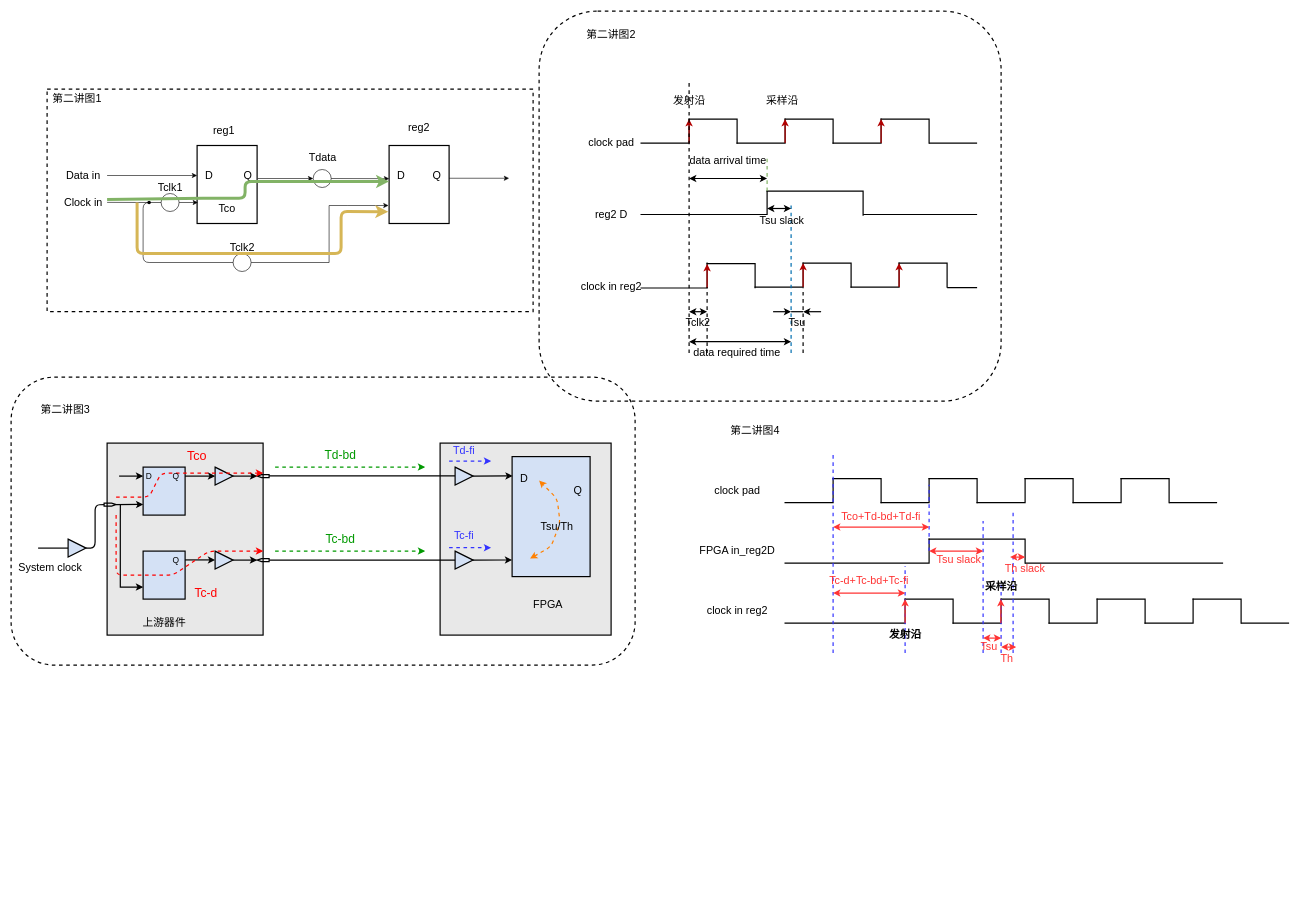
Earlier version of the draw.io diagram FPGA timing constraints .drawio (Katharine-0331/files). Source tidied: cells renumbered, new cells numbered last; positions are measured from the earlier drawing's top-left corner, leaving out a move shared by most shapes. Both pictures are drawn from the tidied source at 60%, with x=0, y=0 at pixel (11, 11).
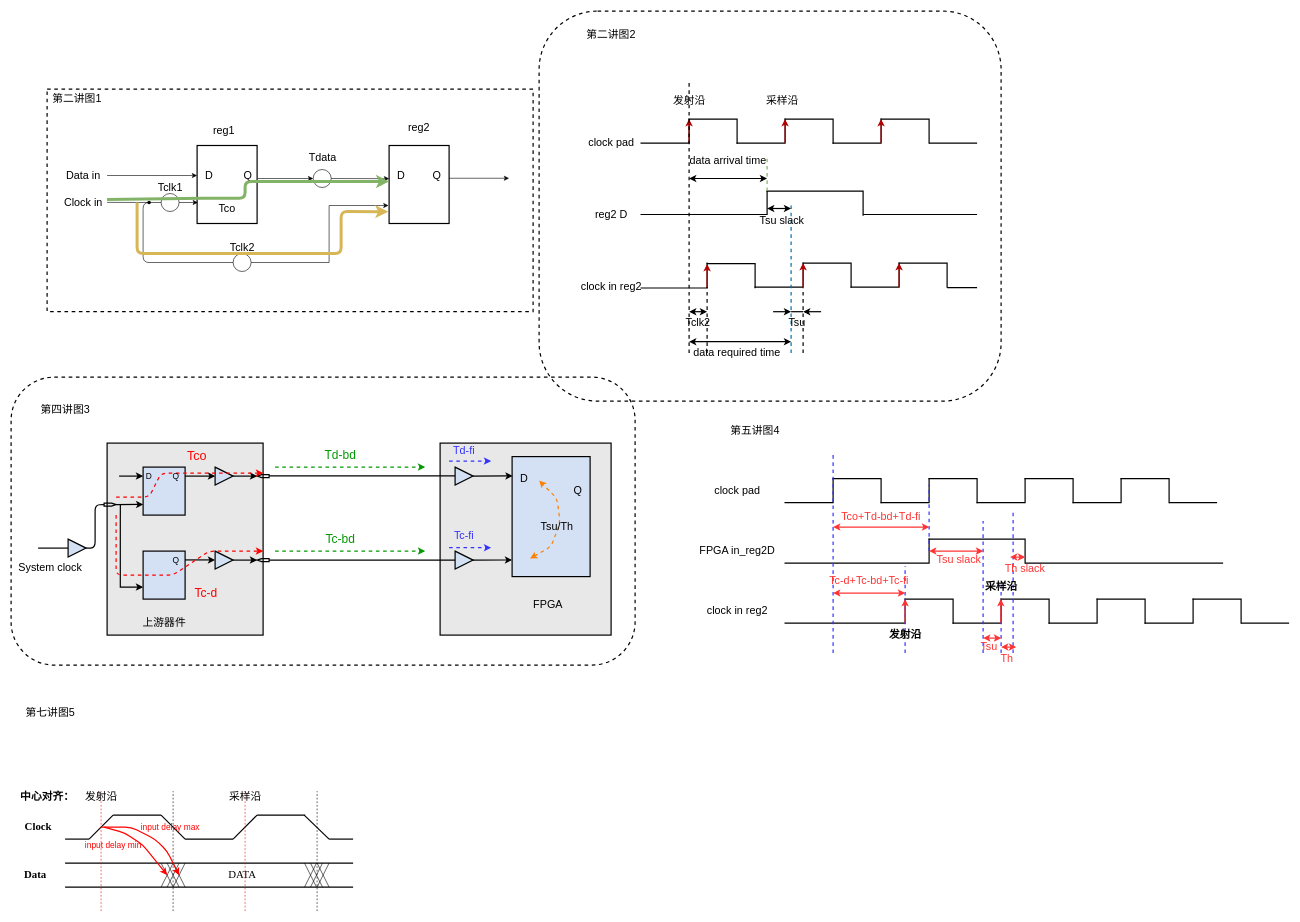
After the change.

Change to the diagram source:
```diff
@@
-    <mxCell id="82" value="第二讲图3" style="text;html=1;align=center;verticalAlign=middle;strokeColor=none;fontSize=18;" parent="1" vertex="1">
+    <mxCell id="82" value="第四讲图3" style="text;html=1;align=center;verticalAlign=middle;strokeColor=none;fontSize=18;" parent="1" vertex="1">
       <mxGeometry x="40" y="650" width="100" height="30" as="geometry" />
     </mxCell>
@@
-    <mxCell id="129" value="第二讲图4" style="text;html=1;strokeColor=none;fillColor=none;align=center;verticalAlign=middle;whiteSpace=wrap;rounded=0;dashed=1;fontSize=18;" parent="1" vertex="1">
+    <mxCell id="129" value="第五讲图4" style="text;html=1;strokeColor=none;fillColor=none;align=center;verticalAlign=middle;whiteSpace=wrap;rounded=0;dashed=1;fontSize=18;" parent="1" vertex="1">
       <mxGeometry x="1190" y="690" width="100" height="20" as="geometry" />
     </mxCell>
@@
+    <mxCell id="176" style="endArrow=none;html=1;fontSize=18;strokeWidth=2;" parent="1" edge="1">
+      <mxGeometry relative="1" as="geometry">
+        <mxPoint x="130" y="1380" as="sourcePoint" />
+        <mxPoint x="170" y="1340" as="targetPoint" />
+      </mxGeometry>
+    </mxCell>
+    <mxCell id="177" style="endArrow=none;html=1;fontSize=18;strokeColor=#000000;strokeWidth=2;" parent="1" edge="1">
+      <mxGeometry relative="1" as="geometry">
+        <mxPoint x="170" y="1340" as="sourcePoint" />
+        <mxPoint x="250" y="1340" as="targetPoint" />
+      </mxGeometry>
+    </mxCell>
+    <mxCell id="178" style="endArrow=none;html=1;fontSize=18;strokeColor=#000000;strokeWidth=2;" parent="1" edge="1">
+      <mxGeometry relative="1" as="geometry">
+        <mxPoint x="290" y="1380" as="sourcePoint" />
+        <mxPoint x="250" y="1340" as="targetPoint" />
+      </mxGeometry>
+    </mxCell>
+    <mxCell id="179" style="endArrow=none;html=1;fontSize=18;strokeColor=#000000;strokeWidth=2;" parent="1" edge="1">
+      <mxGeometry relative="1" as="geometry">
+        <mxPoint x="90" y="1380" as="sourcePoint" />
+        <mxPoint x="130" y="1380" as="targetPoint" />
+      </mxGeometry>
+    </mxCell>
+    <mxCell id="180" style="endArrow=none;html=1;fontSize=18;strokeColor=#000000;strokeWidth=2;" parent="1" edge="1">
+      <mxGeometry relative="1" as="geometry">
+        <mxPoint x="290" y="1380" as="sourcePoint" />
+        <mxPoint x="370" y="1380" as="targetPoint" />
+      </mxGeometry>
+    </mxCell>
+    <mxCell id="181" style="endArrow=none;html=1;fontSize=18;strokeColor=#000000;strokeWidth=2;" parent="1" edge="1">
+      <mxGeometry relative="1" as="geometry">
+        <mxPoint x="370" y="1380" as="sourcePoint" />
+        <mxPoint x="410" y="1340" as="targetPoint" />
+      </mxGeometry>
+    </mxCell>
+    <mxCell id="182" style="endArrow=none;html=1;fontSize=18;strokeColor=#000000;strokeWidth=2;" parent="1" edge="1">
+      <mxGeometry relative="1" as="geometry">
+        <mxPoint x="410" y="1340" as="sourcePoint" />
+        <mxPoint x="490" y="1340" as="targetPoint" />
+      </mxGeometry>
+    </mxCell>
+    <mxCell id="183" style="endArrow=none;html=1;fontSize=18;strokeColor=#000000;strokeWidth=2;" parent="1" edge="1">
+      <mxGeometry relative="1" as="geometry">
+        <mxPoint x="488.5" y="1340" as="sourcePoint" />
+        <mxPoint x="530" y="1380" as="targetPoint" />
+      </mxGeometry>
+    </mxCell>
+    <mxCell id="184" style="endArrow=none;html=1;fontSize=18;strokeColor=#000000;strokeWidth=2;" parent="1" edge="1">
+      <mxGeometry relative="1" as="geometry">
+        <mxPoint x="530" y="1380" as="sourcePoint" />
+        <mxPoint x="570" y="1380" as="targetPoint" />
+      </mxGeometry>
+    </mxCell>
+    <mxCell id="185" style="endArrow=none;html=1;fontSize=18;strokeColor=#000000;strokeWidth=2;" parent="1" edge="1">
+      <mxGeometry relative="1" as="geometry">
+        <mxPoint x="90" y="1420" as="sourcePoint" />
+        <mxPoint x="570" y="1420" as="targetPoint" />
+      </mxGeometry>
+    </mxCell>
+    <mxCell id="186" style="endArrow=none;html=1;fontSize=18;strokeColor=#000000;strokeWidth=2;" parent="1" edge="1">
+      <mxGeometry relative="1" as="geometry">
+        <mxPoint x="90" y="1460" as="sourcePoint" />
+        <mxPoint x="570" y="1460" as="targetPoint" />
+      </mxGeometry>
+    </mxCell>
+    <mxCell id="187" style="endArrow=none;html=1;fontSize=18;strokeColor=#000000;strokeWidth=1;" parent="1" edge="1">
+      <mxGeometry relative="1" as="geometry">
+        <mxPoint x="260" y="1460" as="sourcePoint" />
+        <mxPoint x="280" y="1420" as="targetPoint" />
+      </mxGeometry>
+    </mxCell>
+    <mxCell id="188" style="endArrow=none;html=1;fontSize=18;strokeColor=#000000;strokeWidth=1;" parent="1" edge="1">
+      <mxGeometry relative="1" as="geometry">
+        <mxPoint x="280" y="1460" as="sourcePoint" />
+        <mxPoint x="260" y="1420" as="targetPoint" />
+      </mxGeometry>
+    </mxCell>
+    <mxCell id="189" style="endArrow=none;html=1;fontSize=18;strokeColor=#000000;strokeWidth=1;" parent="1" edge="1">
+      <mxGeometry relative="1" as="geometry">
+        <mxPoint x="250" y="1460" as="sourcePoint" />
+        <mxPoint x="270" y="1420" as="targetPoint" />
+      </mxGeometry>
+    </mxCell>
+    <mxCell id="190" style="endArrow=none;html=1;fontSize=18;strokeColor=#000000;strokeWidth=1;" parent="1" edge="1">
+      <mxGeometry relative="1" as="geometry">
+        <mxPoint x="270" y="1460" as="sourcePoint" />
+        <mxPoint x="250" y="1420" as="targetPoint" />
+      </mxGeometry>
+    </mxCell>
+    <mxCell id="191" style="endArrow=none;html=1;fontSize=18;strokeColor=#000000;strokeWidth=1;" parent="1" edge="1">
+      <mxGeometry relative="1" as="geometry">
+        <mxPoint x="270" y="1460" as="sourcePoint" />
+        <mxPoint x="290" y="1420" as="targetPoint" />
+      </mxGeometry>
+    </mxCell>
+    <mxCell id="192" style="endArrow=none;html=1;fontSize=18;strokeColor=#000000;strokeWidth=1;" parent="1" edge="1">
+      <mxGeometry relative="1" as="geometry">
+        <mxPoint x="290" y="1460" as="sourcePoint" />
+        <mxPoint x="270" y="1420" as="targetPoint" />
+      </mxGeometry>
+    </mxCell>
+    <mxCell id="193" style="endArrow=none;html=1;fontSize=18;strokeColor=#000000;strokeWidth=1;" parent="1" edge="1">
+      <mxGeometry relative="1" as="geometry">
+        <mxPoint x="499" y="1460" as="sourcePoint" />
+        <mxPoint x="519" y="1420" as="targetPoint" />
+      </mxGeometry>
+    </mxCell>
+    <mxCell id="194" style="endArrow=none;html=1;fontSize=18;strokeColor=#000000;strokeWidth=1;" parent="1" edge="1">
+      <mxGeometry relative="1" as="geometry">
+        <mxPoint x="519" y="1460" as="sourcePoint" />
+        <mxPoint x="499" y="1420" as="targetPoint" />
+      </mxGeometry>
+    </mxCell>
+    <mxCell id="195" style="endArrow=none;html=1;fontSize=18;strokeColor=#000000;strokeWidth=1;" parent="1" edge="1">
+      <mxGeometry relative="1" as="geometry">
+        <mxPoint x="489" y="1460" as="sourcePoint" />
+        <mxPoint x="509" y="1420" as="targetPoint" />
+      </mxGeometry>
+    </mxCell>
+    <mxCell id="196" style="endArrow=none;html=1;fontSize=18;strokeColor=#000000;strokeWidth=1;" parent="1" edge="1">
+      <mxGeometry relative="1" as="geometry">
+        <mxPoint x="509" y="1460" as="sourcePoint" />
+        <mxPoint x="489" y="1420" as="targetPoint" />
+      </mxGeometry>
+    </mxCell>
+    <mxCell id="197" style="endArrow=none;html=1;fontSize=18;strokeColor=#000000;strokeWidth=1;" parent="1" edge="1">
+      <mxGeometry relative="1" as="geometry">
+        <mxPoint x="510" y="1460" as="sourcePoint" />
+        <mxPoint x="530" y="1420" as="targetPoint" />
+      </mxGeometry>
+    </mxCell>
+    <mxCell id="198" style="endArrow=none;html=1;fontSize=18;strokeColor=#000000;strokeWidth=1;" parent="1" edge="1">
+      <mxGeometry relative="1" as="geometry">
+        <mxPoint x="530" y="1460" as="sourcePoint" />
+        <mxPoint x="510" y="1420" as="targetPoint" />
+      </mxGeometry>
+    </mxCell>
+    <mxCell id="199" value="&lt;font face=&quot;Times New Roman&quot;&gt;DATA&lt;/font&gt;" style="text;html=1;align=center;verticalAlign=middle;strokeColor=none;fontSize=18;" parent="1" vertex="1">
+      <mxGeometry x="355" y="1425" width="60" height="30" as="geometry" />
+    </mxCell>
+    <mxCell id="200" style="endArrow=none;dashed=1;html=1;fontSize=18;strokeColor=#000000;strokeWidth=1;" parent="1" edge="1">
+      <mxGeometry relative="1" as="geometry">
+        <mxPoint x="270" y="1500" as="sourcePoint" />
+        <mxPoint x="270" y="1300" as="targetPoint" />
+      </mxGeometry>
+    </mxCell>
+    <mxCell id="201" style="endArrow=none;dashed=1;html=1;fontSize=18;strokeWidth=1;strokeColor=#FF0000;" parent="1" edge="1">
+      <mxGeometry relative="1" as="geometry">
+        <mxPoint x="390" y="1500" as="sourcePoint" />
+        <mxPoint x="390" y="1300" as="targetPoint" />
+      </mxGeometry>
+    </mxCell>
+    <mxCell id="202" style="endArrow=none;dashed=1;html=1;fontSize=18;strokeColor=#000000;strokeWidth=1;" parent="1" edge="1">
+      <mxGeometry relative="1" as="geometry">
+        <mxPoint x="510" y="1500" as="sourcePoint" />
+        <mxPoint x="510" y="1300" as="targetPoint" />
+      </mxGeometry>
+    </mxCell>
+    <mxCell id="203" style="endArrow=none;dashed=1;html=1;fontSize=18;strokeWidth=1;strokeColor=#FF0000;" parent="1" edge="1">
+      <mxGeometry relative="1" as="geometry">
+        <mxPoint x="150" y="1500" as="sourcePoint" />
+        <mxPoint x="150" y="1300" as="targetPoint" />
+      </mxGeometry>
+    </mxCell>
+    <mxCell id="204" value="发射沿" style="text;html=1;align=center;verticalAlign=middle;strokeColor=none;fontSize=18;" parent="1" vertex="1">
+      <mxGeometry x="115" y="1295" width="70" height="30" as="geometry" />
+    </mxCell>
+    <mxCell id="205" value="采样沿" style="text;html=1;align=center;verticalAlign=middle;strokeColor=none;fontSize=18;" parent="1" vertex="1">
+      <mxGeometry x="355" y="1295" width="70" height="30" as="geometry" />
+    </mxCell>
+    <mxCell id="206" value="第七讲图5" style="text;html=1;align=center;verticalAlign=middle;strokeColor=none;fontSize=18;" parent="1" vertex="1">
+      <mxGeometry x="15" y="1155" width="100" height="30" as="geometry" />
+    </mxCell>
+    <mxCell id="207" value="&lt;b&gt;中心对齐：&lt;/b&gt;" style="text;html=1;align=center;verticalAlign=middle;strokeColor=none;fontSize=18;" parent="1" vertex="1">
+      <mxGeometry x="5" y="1295" width="110" height="30" as="geometry" />
+    </mxCell>
+    <mxCell id="208" value="&lt;font face=&quot;Times New Roman&quot;&gt;&lt;b&gt;Clock&lt;/b&gt;&lt;/font&gt;" style="text;html=1;align=center;verticalAlign=middle;strokeColor=none;fontSize=18;" parent="1" vertex="1">
+      <mxGeometry x="15" y="1345" width="60" height="30" as="geometry" />
+    </mxCell>
+    <mxCell id="209" value="&lt;font face=&quot;Times New Roman&quot;&gt;&lt;b&gt;Data&lt;/b&gt;&lt;/font&gt;" style="text;html=1;align=center;verticalAlign=middle;strokeColor=none;fontSize=18;" parent="1" vertex="1">
+      <mxGeometry x="15" y="1425" width="50" height="30" as="geometry" />
+    </mxCell>
+    <mxCell id="210" style="endArrow=classic;html=1;fontSize=18;strokeColor=#FF0000;strokeWidth=2;" parent="1" edge="1">
+      <mxGeometry relative="1" as="geometry">
+        <mxPoint x="155" y="1360" as="sourcePoint" />
+        <mxPoint x="260" y="1440" as="targetPoint" />
+        <Array as="points">
+          <mxPoint x="190" y="1370" />
+          <mxPoint x="220" y="1390" />
+        </Array>
+      </mxGeometry>
+    </mxCell>
+    <mxCell id="211" style="endArrow=classic;html=1;fontSize=18;strokeColor=#FF0000;strokeWidth=2;" parent="1" edge="1">
+      <mxGeometry relative="1" as="geometry">
+        <mxPoint x="150" y="1360" as="sourcePoint" />
+        <mxPoint x="280" y="1440" as="targetPoint" />
+        <Array as="points">
+          <mxPoint x="200" y="1360" />
+          <mxPoint x="240" y="1380" />
+          <mxPoint x="260" y="1400" />
+        </Array>
+      </mxGeometry>
+    </mxCell>
+    <mxCell id="212" value="&lt;font style=&quot;font-size: 14px&quot; color=&quot;#ff0000&quot;&gt;input delay min&lt;/font&gt;" style="text;html=1;align=center;verticalAlign=middle;strokeColor=none;fontSize=18;" parent="1" vertex="1">
+      <mxGeometry x="115" y="1375" width="110" height="30" as="geometry" />
+    </mxCell>
+    <mxCell id="213" value="&lt;font style=&quot;font-size: 14px&quot; color=&quot;#ff0000&quot;&gt;input delay max&lt;/font&gt;" style="text;html=1;align=center;verticalAlign=middle;strokeColor=none;fontSize=18;" parent="1" vertex="1">
+      <mxGeometry x="210" y="1345" width="110" height="30" as="geometry" />
+    </mxCell>
```
